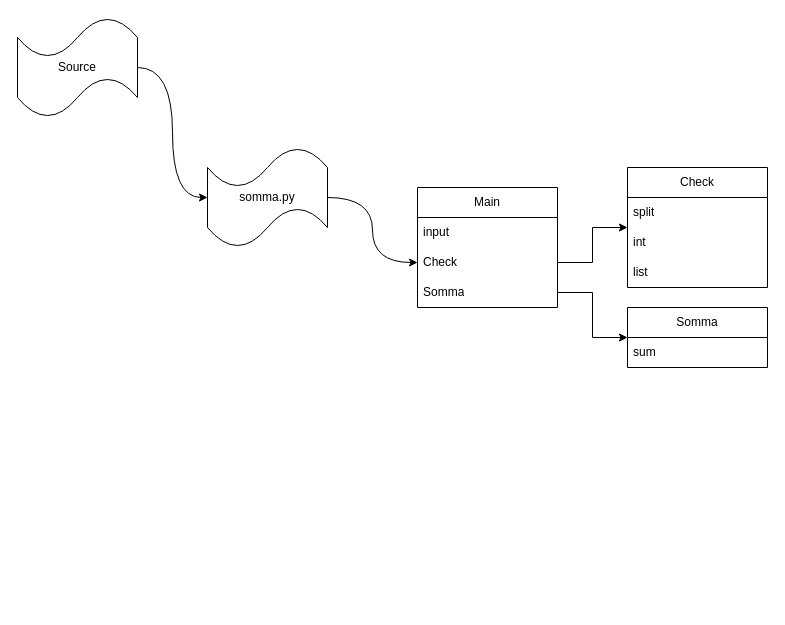
Above: Diagramma senza titolo.drawio in gambaroE/2 (draw.io), before the change. Source tidied: cells renumbered, new cells numbered last; positions are measured from the earlier drawing's top-left corner, leaving out a move shared by most shapes. Both pictures are drawn from the tidied source at 100%, with x=0, y=0 at pixel (17, 17).
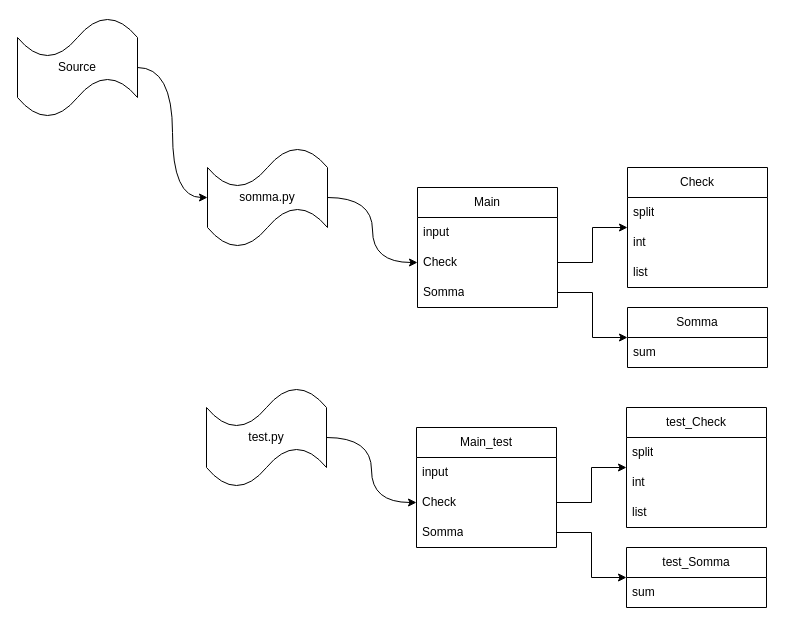
Above is the later version.

Change to the diagram source:
```diff
@@
+    <mxCell id="18" style="edgeStyle=orthogonalEdgeStyle;rounded=0;jettySize=auto;html=1;entryX=0;entryY=0.5;entryDx=0;entryDy=0;curved=1;" parent="1" edge="1" source="19" target="28">
+      <mxGeometry relative="1" as="geometry" />
+    </mxCell>
+    <mxCell id="19" value="test.py" style="shape=tape;whiteSpace=wrap;html=1;" parent="1" vertex="1">
+      <mxGeometry x="189" y="370" width="120" height="100" as="geometry" />
+    </mxCell>
+    <mxCell id="20" value="test_Check" style="swimlane;fontStyle=0;horizontal=1;startSize=30;whiteSpace=wrap;html=1;" parent="1" vertex="1">
+      <mxGeometry x="609" y="390" width="140" height="120" as="geometry" />
+    </mxCell>
+    <mxCell id="21" value="split" style="text;strokeColor=none;fillColor=none;align=left;verticalAlign=middle;spacingLeft=4;spacingRight=4;overflow=hidden;whiteSpace=wrap;html=1;" parent="20" vertex="1">
+      <mxGeometry y="30" width="140" height="30" as="geometry" />
+    </mxCell>
+    <mxCell id="22" value="int" style="text;strokeColor=none;fillColor=none;align=left;verticalAlign=middle;spacingLeft=4;spacingRight=4;overflow=hidden;whiteSpace=wrap;html=1;" parent="20" vertex="1">
+      <mxGeometry y="60" width="140" height="30" as="geometry" />
+    </mxCell>
+    <mxCell id="23" value="list" style="text;strokeColor=none;fillColor=none;align=left;verticalAlign=middle;spacingLeft=4;spacingRight=4;overflow=hidden;whiteSpace=wrap;html=1;" parent="20" vertex="1">
+      <mxGeometry y="90" width="140" height="30" as="geometry" />
+    </mxCell>
+    <mxCell id="24" value="test_Somma" style="swimlane;fontStyle=0;horizontal=1;startSize=30;whiteSpace=wrap;html=1;" parent="1" vertex="1">
+      <mxGeometry x="609" y="530" width="140" height="60" as="geometry" />
+    </mxCell>
+    <mxCell id="25" value="sum" style="text;strokeColor=none;fillColor=none;align=left;verticalAlign=middle;spacingLeft=4;spacingRight=4;overflow=hidden;whiteSpace=wrap;html=1;" parent="24" vertex="1">
+      <mxGeometry y="30" width="140" height="30" as="geometry" />
+    </mxCell>
+    <mxCell id="26" value="Main_test" style="swimlane;fontStyle=0;horizontal=1;startSize=30;whiteSpace=wrap;html=1;" parent="1" vertex="1">
+      <mxGeometry x="399" y="410" width="140" height="120" as="geometry" />
+    </mxCell>
+    <mxCell id="27" value="input" style="text;strokeColor=none;fillColor=none;align=left;verticalAlign=middle;spacingLeft=4;spacingRight=4;overflow=hidden;whiteSpace=wrap;html=1;" parent="26" vertex="1">
+      <mxGeometry y="30" width="140" height="30" as="geometry" />
+    </mxCell>
+    <mxCell id="28" value="Check" style="text;strokeColor=none;fillColor=none;align=left;verticalAlign=middle;spacingLeft=4;spacingRight=4;overflow=hidden;points=[[0,0.5],[1,0.5]];portConstraint=eastwest;whiteSpace=wrap;html=1;" parent="26" vertex="1">
+      <mxGeometry y="60" width="140" height="30" as="geometry" />
+    </mxCell>
+    <mxCell id="29" value="Somma" style="text;strokeColor=none;fillColor=none;align=left;verticalAlign=middle;spacingLeft=4;spacingRight=4;overflow=hidden;points=[[0,0.5],[1,0.5]];portConstraint=eastwest;whiteSpace=wrap;html=1;" parent="26" vertex="1">
+      <mxGeometry y="90" width="140" height="30" as="geometry" />
+    </mxCell>
+    <mxCell id="30" style="edgeStyle=orthogonalEdgeStyle;rounded=0;jettySize=auto;html=1;" parent="1" edge="1" source="28" target="20">
+      <mxGeometry relative="1" as="geometry" />
+    </mxCell>
+    <mxCell id="31" style="edgeStyle=orthogonalEdgeStyle;rounded=0;jettySize=auto;html=1;" parent="1" edge="1" source="29" target="24">
+      <mxGeometry relative="1" as="geometry" />
+    </mxCell>
```
